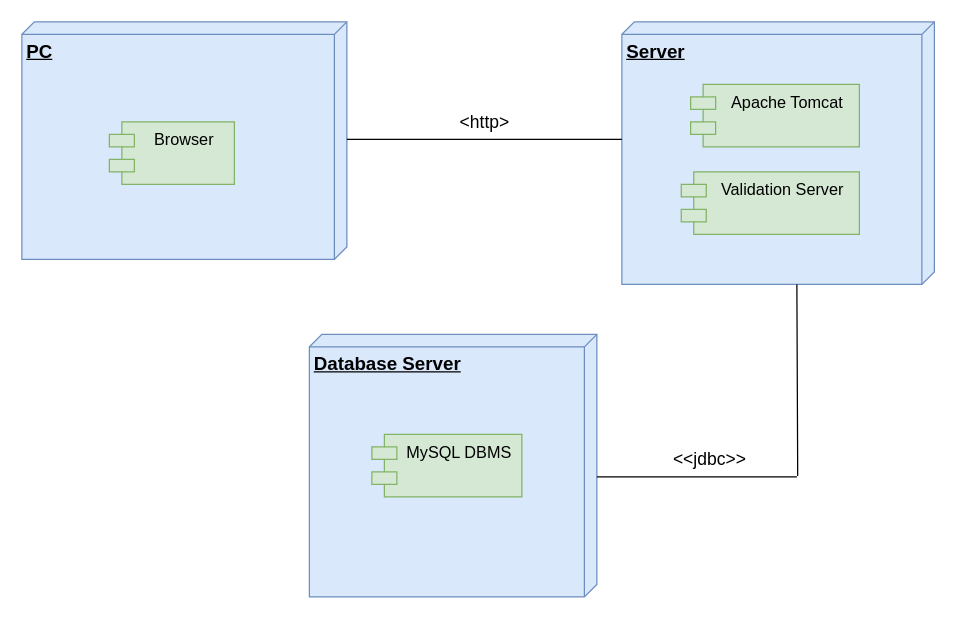
Earlier version of the draw.io diagram Documentazione/Resources/Deployment Diagram.drawio (Alberto-00/EasyPass). Source tidied: cells renumbered, new cells numbered last; positions are measured from the earlier drawing's top-left corner, leaving out a move shared by most shapes. Both pictures are drawn from the tidied source at 125%, with x=0, y=0 at pixel (21, 21).
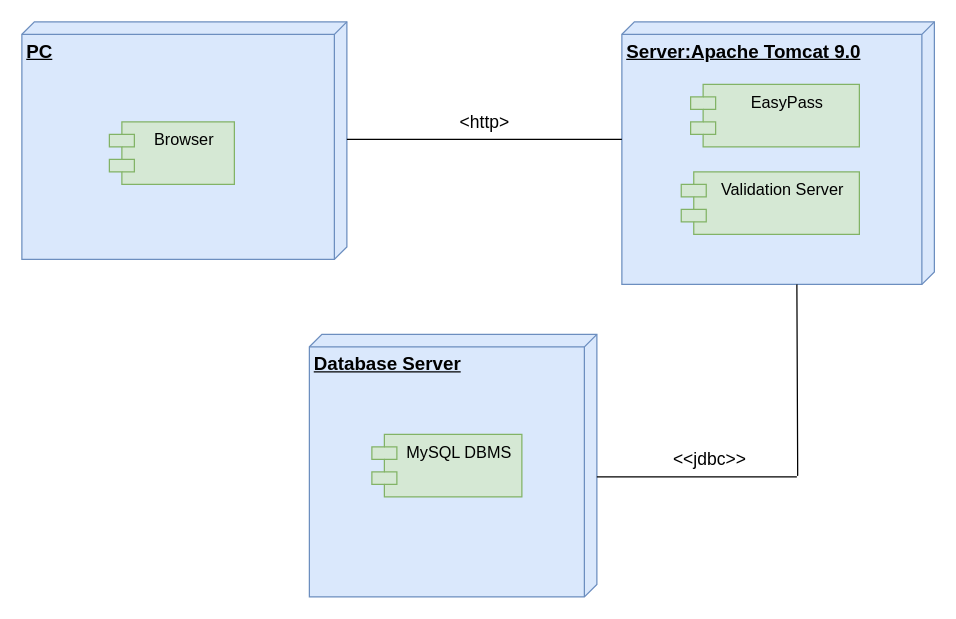
The same page after the edit.

What changed in the source:
```diff
@@
 <mxGraphModel>
   <root>
     <mxCell id="0" />
     <mxCell id="1" parent="0" />
     <mxCell id="2" value="&lt;font style=&quot;font-size: 15px&quot;&gt;&lt;b&gt;Database Server&lt;/b&gt;&lt;/font&gt;" style="verticalAlign=top;align=left;spacingTop=8;spacingLeft=2;spacingRight=12;shape=cube;size=10;direction=south;fontStyle=4;html=1;fillColor=#dae8fc;strokeColor=#6c8ebf;" parent="1" vertex="1">
       <mxGeometry x="230" y="250" width="230" height="210" as="geometry" />
     </mxCell>
-    <mxCell id="3" value="&lt;font style=&quot;font-size: 15px&quot;&gt;&lt;b&gt;Server&lt;/b&gt;&lt;/font&gt;" style="verticalAlign=top;align=left;spacingTop=8;spacingLeft=2;spacingRight=12;shape=cube;size=10;direction=south;fontStyle=4;html=1;fillColor=#dae8fc;strokeColor=#6c8ebf;" parent="1" vertex="1">
+    <mxCell id="3" value="&lt;font style=&quot;font-size: 15px&quot;&gt;&lt;b&gt;Server:Apache Tomcat 9.0&lt;/b&gt;&lt;/font&gt;" style="verticalAlign=top;align=left;spacingTop=8;spacingLeft=2;spacingRight=12;shape=cube;size=10;direction=south;fontStyle=4;html=1;fillColor=#dae8fc;strokeColor=#6c8ebf;" parent="1" vertex="1">
       <mxGeometry x="480" width="250" height="210" as="geometry" />
     </mxCell>
     <mxCell id="4" value="&lt;b&gt;&lt;font style=&quot;font-size: 15px&quot;&gt;PC&lt;/font&gt;&lt;/b&gt;" style="verticalAlign=top;align=left;spacingTop=8;spacingLeft=2;spacingRight=12;shape=cube;size=10;direction=south;fontStyle=4;html=1;fillColor=#dae8fc;strokeColor=#6c8ebf;" parent="1" vertex="1">
       <mxGeometry width="260" height="190" as="geometry" />
     </mxCell>
-    <mxCell id="5" value="Apache Tomcat" style="shape=module;align=left;spacingLeft=20;align=center;verticalAlign=top;fontSize=13;fillColor=#d5e8d4;strokeColor=#82b366;" parent="1" vertex="1">
+    <mxCell id="5" value="EasyPass" style="shape=module;align=left;spacingLeft=20;align=center;verticalAlign=top;fontSize=13;fillColor=#d5e8d4;strokeColor=#82b366;" parent="1" vertex="1">
       <mxGeometry x="535" y="50" width="135" height="50" as="geometry" />
     </mxCell>
     <mxCell id="6" value="Browser" style="shape=module;align=left;spacingLeft=20;align=center;verticalAlign=top;fillColor=#d5e8d4;strokeColor=#82b366;fontSize=13;" parent="1" vertex="1">
       <mxGeometry x="70" y="80" width="100" height="50" as="geometry" />
     </mxCell>
     <mxCell id="7" value="MySQL DBMS" style="shape=module;align=left;spacingLeft=20;align=center;verticalAlign=top;fontSize=13;fillColor=#d5e8d4;strokeColor=#82b366;" parent="1" vertex="1">
       <mxGeometry x="280" y="330" width="120" height="50" as="geometry" />
     </mxCell>
     <mxCell id="8" value="Validation Server" style="shape=module;align=left;spacingLeft=20;align=center;verticalAlign=top;fontSize=13;fillColor=#d5e8d4;strokeColor=#82b366;" parent="1" vertex="1">
       <mxGeometry x="527.5" y="120" width="142.5" height="50" as="geometry" />
     </mxCell>
     <mxCell id="9" style="line;strokeWidth=1;fillColor=none;align=left;verticalAlign=middle;spacingTop=-1;spacingLeft=3;spacingRight=3;labelPosition=right;" parent="1" vertex="1">
       <mxGeometry x="260" y="90" width="220" height="8" as="geometry" />
     </mxCell>
     <mxCell id="10" style="line;strokeWidth=1;fillColor=none;align=left;verticalAlign=middle;spacingTop=-1;spacingLeft=3;spacingRight=3;labelPosition=right;points=[];portConstraint=eastwest;" parent="1" vertex="1">
       <mxGeometry x="460" y="360" width="160" height="8" as="geometry" />
     </mxCell>
     <mxCell id="11" style="endArrow=none;html=1;rounded=0;edgeStyle=orthogonalEdgeStyle;exitX=1.004;exitY=0.4;exitDx=0;exitDy=0;exitPerimeter=0;" parent="1" edge="1" source="10">
       <mxGeometry relative="1" as="geometry">
         <mxPoint x="620" y="210" as="targetPoint" />
         <Array as="points">
           <mxPoint x="621" y="350" />
           <mxPoint x="620" y="350" />
         </Array>
       </mxGeometry>
     </mxCell>
     <mxCell id="12" value="&lt;font style=&quot;font-size: 14px&quot;&gt;&amp;lt;&amp;lt;jdbc&amp;gt;&amp;gt;&lt;/font&gt;" style="text;html=1;align=center;verticalAlign=middle;strokeColor=none;fillColor=none;" parent="1" vertex="1">
       <mxGeometry x="515" y="340" width="70" height="20" as="geometry" />
     </mxCell>
     <mxCell id="13" value="&lt;font style=&quot;font-size: 14px&quot;&gt;&amp;lt;http&amp;gt;&lt;/font&gt;" style="text;html=1;align=center;verticalAlign=middle;strokeColor=none;fillColor=none;" parent="1" vertex="1">
       <mxGeometry x="340" y="70" width="60" height="20" as="geometry" />
     </mxCell>
   </root>
 </mxGraphModel>
```
